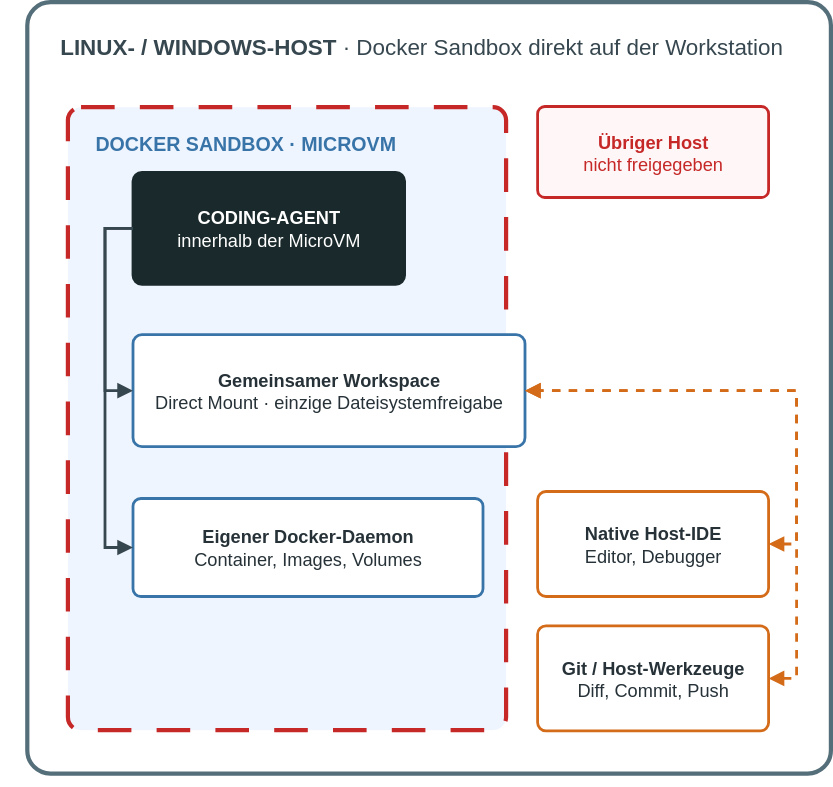
This is content/blog/posts/die-workstation-ist-die-sandbox/docker-sandbox-host.drawio.svg from phoenixrvd/blog, a draw.io export, as it was before one commit. Source tidied: cells renumbered, new cells last; positions are measured from the earlier drawing's top-left corner, leaving out a move shared by most shapes.
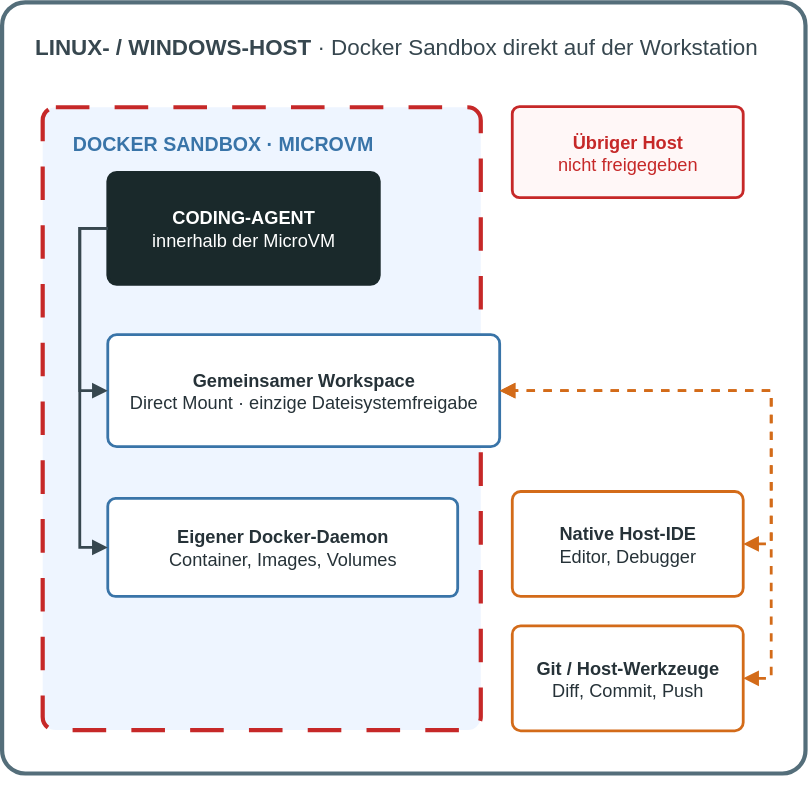
After the commit.

Diff of the diagram source:
```diff
@@ -11,8 +11,8 @@
     <mxCell id="4" style="rounded=1;whiteSpace=wrap;html=1;arcSize=3;fillColor=#eef5ff;strokeColor=#C62828;strokeWidth=3;dashed=1;dashPattern=8 6;" parent="1" vertex="1">
       <mxGeometry x="48" y="75" width="313" height="445" as="geometry" />
     </mxCell>
-    <mxCell id="5" value="&lt;b&gt;DOCKER SANDBOX · MICROVM&lt;/b&gt;" style="text;html=1;align=center;verticalAlign=middle;fontSize=14;fontColor=#3974a8;" parent="1" vertex="1">
-      <mxGeometry y="89" width="350" height="25" as="geometry" />
+    <mxCell id="5" value="&lt;b&gt;DOCKER SANDBOX · MICROVM&lt;/b&gt;" style="text;html=1;align=left;verticalAlign=middle;fontSize=14;fontColor=#3974a8;" parent="1" vertex="1">
+      <mxGeometry x="68" y="89" width="282" height="25" as="geometry" />
     </mxCell>
     <mxCell id="6" value="&lt;b&gt;CODING-AGENT&lt;/b&gt;&lt;br&gt;innerhalb der MicroVM" style="rounded=1;whiteSpace=wrap;html=1;arcSize=8;fillColor=#1a292b;strokeColor=#1a292b;strokeWidth=2;fontColor=#ffffff;fontSize=13;" parent="1" vertex="1">
       <mxGeometry x="95" y="122" width="194" height="80" as="geometry" />
```
